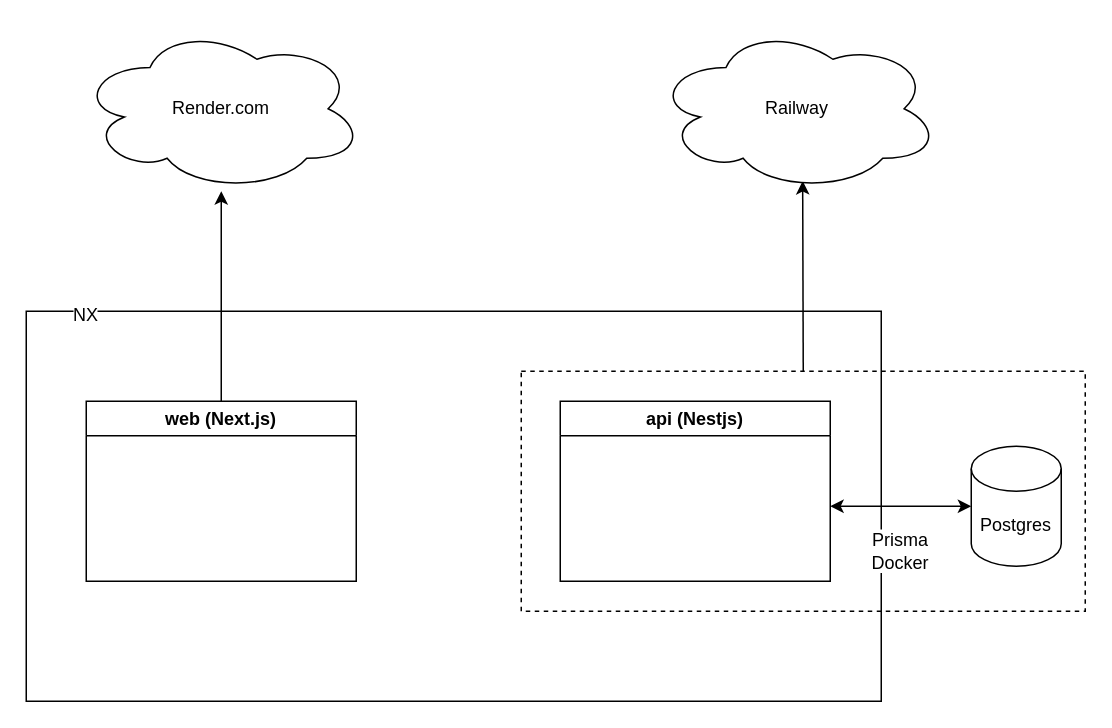
Above: docs/architecture.drawio in atman-33/computing-atman-v4-mk2 (draw.io), before the change. Source tidied: cells renumbered, new cells numbered last; positions are measured from the earlier drawing's top-left corner, leaving out a move shared by most shapes. Both pictures are drawn from the tidied source at 150%, with x=0, y=0 at pixel (26, 26).
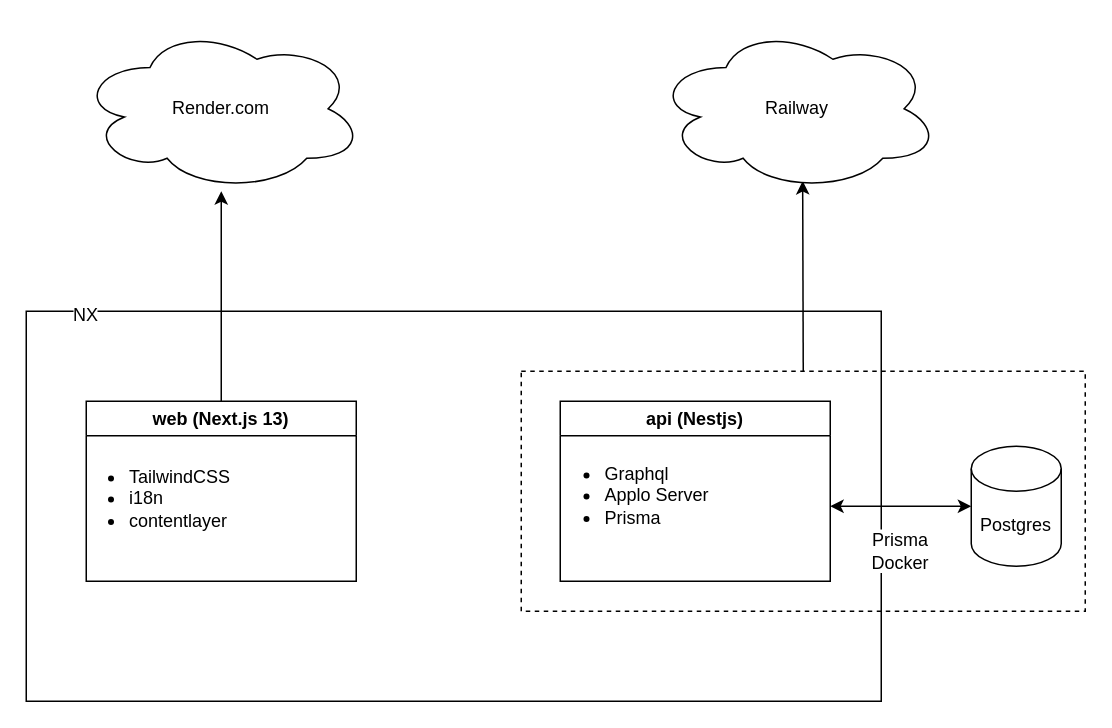
Above is the later version.

Change to the diagram source:
```diff
@@
 <mxGraphModel>
   <root>
     <mxCell id="0" />
     <mxCell id="1" parent="0" />
     <mxCell id="2" style="whiteSpace=wrap;html=1;fillColor=none;dashed=1;" parent="1" vertex="1">
       <mxGeometry x="330" y="230" width="376" height="160" as="geometry" />
     </mxCell>
     <mxCell id="3" style="whiteSpace=wrap;html=1;fillColor=none;" parent="1" vertex="1">
       <mxGeometry y="190" width="570" height="260" as="geometry" />
     </mxCell>
     <mxCell id="4" style="edgeStyle=none;html=1;exitX=0.5;exitY=0;exitDx=0;exitDy=0;" parent="1" edge="1" source="5" target="6">
       <mxGeometry relative="1" as="geometry" />
     </mxCell>
-    <mxCell id="5" value="web (Next.js)" style="swimlane;whiteSpace=wrap;html=1;" parent="1" vertex="1">
-      <mxGeometry x="40" y="250" width="180" height="120" as="geometry" />
-    </mxCell>
     <mxCell id="6" value="Render.com" style="ellipse;shape=cloud;whiteSpace=wrap;html=1;" parent="1" vertex="1">
       <mxGeometry x="35" width="190" height="110" as="geometry" />
     </mxCell>
     <mxCell id="7" value="Postgres" style="shape=cylinder3;whiteSpace=wrap;html=1;boundedLbl=1;backgroundOutline=1;size=15;" parent="1" vertex="1">
       <mxGeometry x="630" y="280" width="60" height="80" as="geometry" />
     </mxCell>
     <mxCell id="8" value="api (Nestjs)" style="swimlane;whiteSpace=wrap;html=1;" parent="1" vertex="1">
       <mxGeometry x="356" y="250" width="180" height="120" as="geometry" />
     </mxCell>
+    <mxCell id="14" value="&lt;p style=&quot;line-height: 100%;&quot;&gt;&lt;/p&gt;&lt;ul&gt;&lt;li&gt;Graphql&lt;/li&gt;&lt;li&gt;Applo Server&lt;/li&gt;&lt;li&gt;Prisma&lt;/li&gt;&lt;/ul&gt;&lt;p&gt;&lt;/p&gt;" style="text;html=1;align=left;verticalAlign=middle;strokeColor=none;fillColor=none;spacing=2;spacingTop=0;" parent="8" vertex="1">
+      <mxGeometry x="-12" y="13" width="130" height="100" as="geometry" />
+    </mxCell>
     <mxCell id="9" style="endArrow=classic;startArrow=classic;html=1;entryX=0;entryY=0.5;entryDx=0;entryDy=0;entryPerimeter=0;" parent="1" edge="1" target="7">
       <mxGeometry relative="1" as="geometry">
         <mxPoint x="536" y="320" as="sourcePoint" />
       </mxGeometry>
     </mxCell>
     <mxCell id="10" style="edgeStyle=none;html=1;exitX=0.5;exitY=0;exitDx=0;exitDy=0;entryX=0.519;entryY=0.938;entryDx=0;entryDy=0;entryPerimeter=0;" parent="1" edge="1" source="2" target="11">
       <mxGeometry relative="1" as="geometry" />
     </mxCell>
     <mxCell id="11" value="Railway" style="ellipse;shape=cloud;whiteSpace=wrap;html=1;" parent="1" vertex="1">
       <mxGeometry x="419" width="190" height="110" as="geometry" />
     </mxCell>
     <mxCell id="12" value="NX" style="text;html=1;strokeColor=none;fillColor=none;align=center;verticalAlign=middle;whiteSpace=wrap;rounded=0;dashed=1;labelBackgroundColor=default;spacingLeft=0;" parent="1" vertex="1">
       <mxGeometry x="10" y="178" width="60" height="30" as="geometry" />
     </mxCell>
     <mxCell id="13" value="&lt;span style=&quot;&quot;&gt;Prisma&lt;/span&gt;&lt;br&gt;&lt;span style=&quot;&quot;&gt;Docker&lt;/span&gt;" style="text;html=1;strokeColor=none;fillColor=none;align=center;verticalAlign=middle;whiteSpace=wrap;rounded=0;dashed=1;spacing=0;labelPosition=center;verticalLabelPosition=middle;labelBackgroundColor=default;" parent="1" vertex="1">
       <mxGeometry x="550" y="330" width="66" height="40" as="geometry" />
     </mxCell>
+    <mxCell id="5" value="web (Next.js 13)" style="swimlane;whiteSpace=wrap;html=1;" parent="1" vertex="1">
+      <mxGeometry x="40" y="250" width="180" height="120" as="geometry" />
+    </mxCell>
+    <mxCell id="15" value="&lt;p style=&quot;line-height: 100%;&quot;&gt;&lt;/p&gt;&lt;ul&gt;&lt;li&gt;TailwindCSS&lt;/li&gt;&lt;li&gt;i18n&lt;/li&gt;&lt;li&gt;contentlayer&lt;/li&gt;&lt;/ul&gt;&lt;p&gt;&lt;/p&gt;" style="text;html=1;align=left;verticalAlign=middle;strokeColor=none;fillColor=none;spacing=2;spacingTop=0;" parent="5" vertex="1">
+      <mxGeometry x="-13" y="15" width="130" height="100" as="geometry" />
+    </mxCell>
   </root>
 </mxGraphModel>
```
